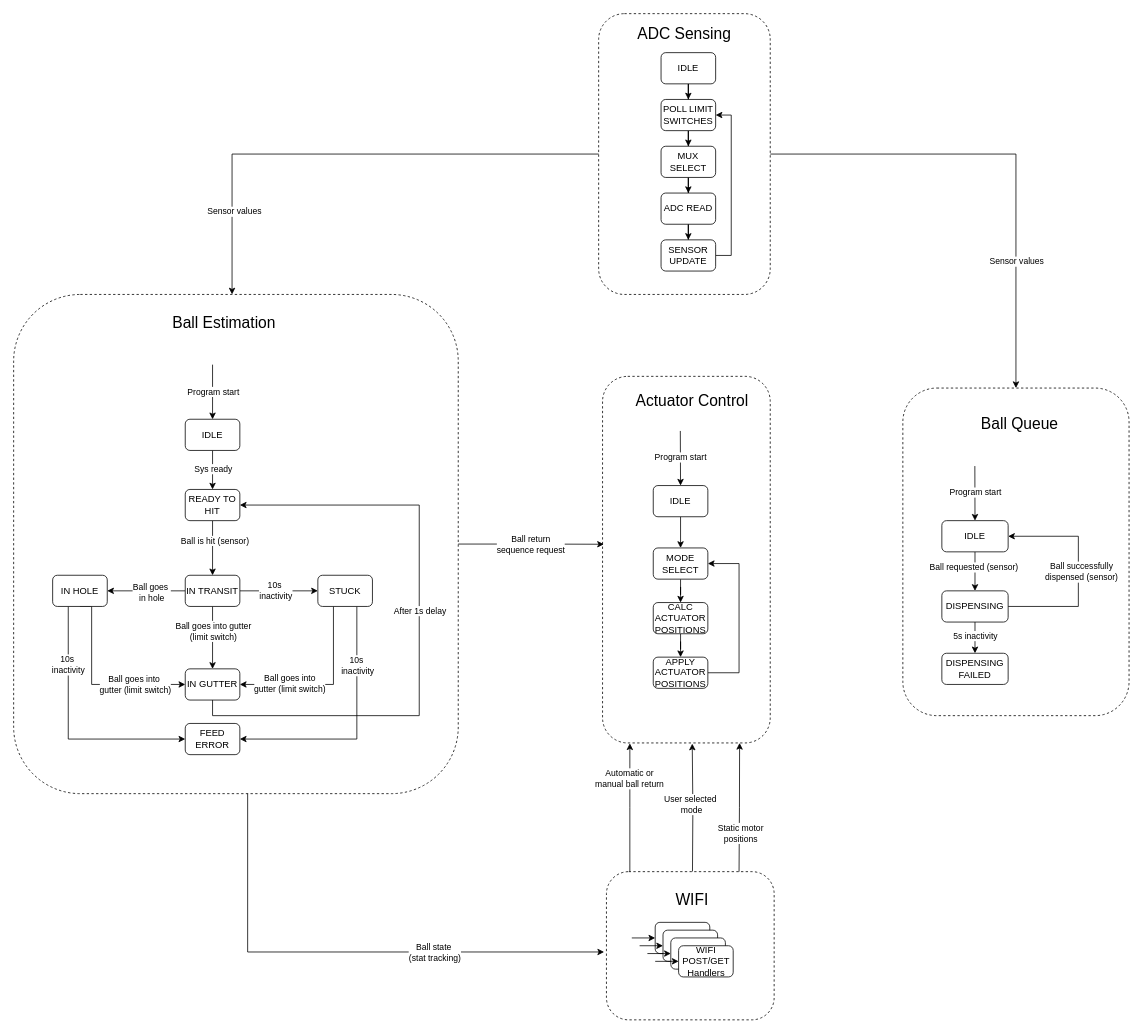
Earlier version of the draw.io diagram firmware/diagrams/statemachine.drawio (ethanabraham639/Capstone-2025). Source tidied: cells renumbered, new cells numbered last; positions are measured from the earlier drawing's top-left corner, leaving out a move shared by most shapes. Both pictures are drawn from the tidied source at 78%, with x=0, y=0 at pixel (13, 13).
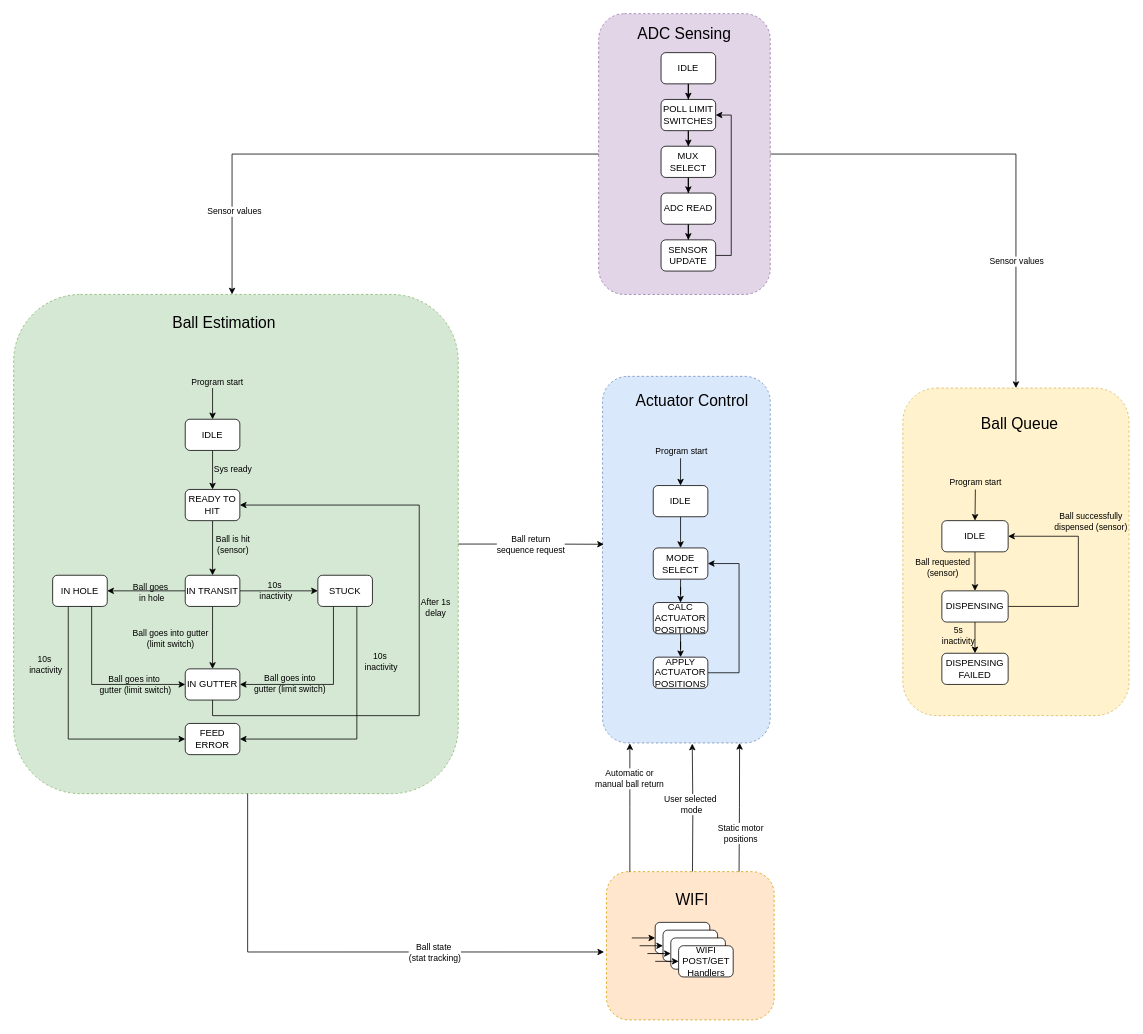
The same page after the edit.

Unchanged cells that the change refers to:
```xml
<mxCell id="4" style="group;" parent="1" vertex="1">
  <mxGeometry x="760" y="1100" width="215" height="190" as="geometry" />
</mxCell>
<mxCell id="15" style="group;" parent="1" vertex="1">
  <mxGeometry x="755" y="465" width="215" height="470" as="geometry" />
</mxCell>
<mxCell id="18" value="IDLE" style="rounded=1;whiteSpace=wrap;html=1;" parent="15" vertex="1">
  <mxGeometry x="65" y="140" width="70" height="40" as="geometry" />
</mxCell>
<mxCell id="28" style="group;" parent="1" vertex="1">
  <mxGeometry x="1140" y="480" width="290" height="420" as="geometry" />
</mxCell>
<mxCell id="30" style="edgeStyle=orthogonalEdgeStyle;rounded=0;jettySize=auto;html=1;entryX=0.5;entryY=0;entryDx=0;entryDy=0;" parent="28" edge="1" source="32" target="37">
  <mxGeometry relative="1" as="geometry" />
</mxCell>
<mxCell id="32" value="IDLE" style="rounded=1;whiteSpace=wrap;html=1;" parent="28" vertex="1">
  <mxGeometry x="50" y="170" width="85" height="40" as="geometry" />
</mxCell>
<mxCell id="33" style="edgeStyle=orthogonalEdgeStyle;rounded=0;jettySize=auto;html=1;entryX=1;entryY=0.5;entryDx=0;entryDy=0;" parent="28" edge="1" source="37" target="32">
  <mxGeometry relative="1" as="geometry">
    <Array as="points">
      <mxPoint x="225" y="280" />
      <mxPoint x="225" y="190" />
    </Array>
  </mxGeometry>
</mxCell>
<mxCell id="35" style="edgeStyle=orthogonalEdgeStyle;rounded=0;jettySize=auto;html=1;entryX=0.5;entryY=0;entryDx=0;entryDy=0;" parent="28" edge="1" source="37" target="38">
  <mxGeometry relative="1" as="geometry" />
</mxCell>
<mxCell id="42" style="group;" parent="1" vertex="1">
  <mxGeometry y="360" width="570" height="640" as="geometry" />
</mxCell>
<mxCell id="44" style="edgeStyle=orthogonalEdgeStyle;rounded=0;jettySize=auto;html=1;entryX=0.5;entryY=0;entryDx=0;entryDy=0;" parent="42" edge="1" source="46" target="49">
  <mxGeometry relative="1" as="geometry" />
</mxCell>
<mxCell id="46" value="IDLE" style="rounded=1;whiteSpace=wrap;html=1;" parent="42" vertex="1">
  <mxGeometry x="220" y="160" width="70" height="40" as="geometry" />
</mxCell>
<mxCell id="47" style="edgeStyle=orthogonalEdgeStyle;rounded=0;jettySize=auto;html=1;entryX=0.5;entryY=0;entryDx=0;entryDy=0;" parent="42" edge="1" source="49" target="56">
  <mxGeometry relative="1" as="geometry" />
</mxCell>
<mxCell id="50" style="edgeStyle=orthogonalEdgeStyle;rounded=0;jettySize=auto;html=1;entryX=1;entryY=0.5;entryDx=0;entryDy=0;" parent="42" edge="1" source="56" target="65">
  <mxGeometry relative="1" as="geometry" />
</mxCell>
<mxCell id="52" style="edgeStyle=orthogonalEdgeStyle;rounded=0;jettySize=auto;html=1;entryX=0;entryY=0.5;entryDx=0;entryDy=0;exitX=1;exitY=0.5;exitDx=0;exitDy=0;" parent="42" edge="1" source="56" target="71">
  <mxGeometry relative="1" as="geometry">
    <Array as="points">
      <mxPoint x="320" y="380" />
      <mxPoint x="320" y="380" />
    </Array>
  </mxGeometry>
</mxCell>
<mxCell id="54" style="edgeStyle=orthogonalEdgeStyle;rounded=0;jettySize=auto;html=1;entryX=0.5;entryY=0;entryDx=0;entryDy=0;" parent="42" edge="1" source="56" target="59">
  <mxGeometry relative="1" as="geometry" />
</mxCell>
<mxCell id="57" style="edgeStyle=orthogonalEdgeStyle;rounded=0;jettySize=auto;html=1;entryX=1;entryY=0.5;entryDx=0;entryDy=0;" parent="42" edge="1" source="59" target="49">
  <mxGeometry relative="1" as="geometry">
    <Array as="points">
      <mxPoint x="255" y="540" />
      <mxPoint x="520" y="540" />
      <mxPoint x="520" y="270" />
    </Array>
  </mxGeometry>
</mxCell>
<mxCell id="61" style="edgeStyle=orthogonalEdgeStyle;rounded=0;jettySize=auto;html=1;entryX=0;entryY=0.5;entryDx=0;entryDy=0;exitX=0.5;exitY=1;exitDx=0;exitDy=0;" parent="42" edge="1" source="65" target="59">
  <mxGeometry relative="1" as="geometry">
    <Array as="points">
      <mxPoint x="100" y="400" />
      <mxPoint x="100" y="500" />
    </Array>
  </mxGeometry>
</mxCell>
<mxCell id="63" style="edgeStyle=orthogonalEdgeStyle;rounded=0;jettySize=auto;html=1;entryX=0;entryY=0.5;entryDx=0;entryDy=0;" parent="42" edge="1" source="65" target="60">
  <mxGeometry relative="1" as="geometry">
    <Array as="points">
      <mxPoint x="70" y="570" />
    </Array>
  </mxGeometry>
</mxCell>
<mxCell id="66" style="edgeStyle=orthogonalEdgeStyle;rounded=0;jettySize=auto;html=1;entryX=1;entryY=0.5;entryDx=0;entryDy=0;" parent="42" edge="1" source="71" target="59">
  <mxGeometry relative="1" as="geometry">
    <Array as="points">
      <mxPoint x="410" y="500" />
    </Array>
  </mxGeometry>
</mxCell>
<mxCell id="68" style="edgeStyle=orthogonalEdgeStyle;rounded=0;jettySize=auto;html=1;entryX=1;entryY=0.5;entryDx=0;entryDy=0;" parent="42" edge="1" source="71" target="60">
  <mxGeometry relative="1" as="geometry">
    <Array as="points">
      <mxPoint x="440" y="570" />
    </Array>
  </mxGeometry>
</mxCell>
<mxCell id="83" style="group;" parent="1" vertex="1">
  <mxGeometry x="750" width="220" height="360" as="geometry" />
</mxCell>
```

The edit, as a diff of the source:
```diff
@@
-    <mxCell id="5" style="rounded=1;whiteSpace=wrap;html=1;dashed=1;arcSize=15;" parent="4" vertex="1">
+    <mxCell id="5" style="rounded=1;whiteSpace=wrap;html=1;dashed=1;arcSize=15;fillColor=#ffe6cc;strokeColor=#d79b00;" parent="4" vertex="1">
       <mxGeometry width="215" height="190" as="geometry" />
     </mxCell>
@@
-    <mxCell id="16" style="rounded=1;whiteSpace=wrap;html=1;dashed=1;arcSize=15;" parent="15" vertex="1">
+    <mxCell id="16" style="rounded=1;whiteSpace=wrap;html=1;dashed=1;arcSize=15;fillColor=#dae8fc;strokeColor=#6c8ebf;" parent="15" vertex="1">
       <mxGeometry width="215" height="470" as="geometry" />
     </mxCell>
@@
     <mxCell id="25" style="endArrow=classic;html=1;rounded=0;entryX=0.5;entryY=0;entryDx=0;entryDy=0;" parent="15" edge="1" target="18">
       <mxGeometry relative="1" as="geometry">
-        <mxPoint x="99.7" y="70" as="sourcePoint" />
+        <mxPoint x="100" y="105" as="sourcePoint" />
       </mxGeometry>
     </mxCell>
-    <mxCell id="26" value="&lt;font style=&quot;font-size: 11px;&quot;&gt;Program start&lt;/font&gt;" style="edgeLabel;html=1;align=center;verticalAlign=middle;" parent="25" vertex="1">
-      <mxGeometry x="-0.02" relative="1" as="geometry" />
+    <mxCell id="26" value="&lt;font style=&quot;font-size: 11px;&quot;&gt;Program start&lt;/font&gt;" style="edgeLabel;html=1;align=center;verticalAlign=middle;labelBackgroundColor=none;" parent="25" vertex="1">
+      <mxGeometry x="-0.02" relative="1" as="geometry">
+        <mxPoint y="-27" as="offset" />
+      </mxGeometry>
     </mxCell>
@@
-    <mxCell id="29" style="rounded=1;whiteSpace=wrap;html=1;dashed=1;arcSize=15;" parent="28" vertex="1">
+    <mxCell id="29" style="rounded=1;whiteSpace=wrap;html=1;dashed=1;arcSize=15;fillColor=#fff2cc;strokeColor=#d6b656;" parent="28" vertex="1">
       <mxGeometry width="290" height="420" as="geometry" />
     </mxCell>
@@
-    <mxCell id="31" value="Ball requested (sensor)" style="edgeLabel;html=1;align=center;verticalAlign=middle;" parent="30" vertex="1">
-      <mxGeometry x="-0.23" y="-2" relative="1" as="geometry" />
+    <mxCell id="31" value="Ball requested&lt;div&gt;&lt;span style=&quot;background-color: initial;&quot;&gt;(sensor)&lt;/span&gt;&lt;/div&gt;" style="edgeLabel;html=1;align=center;verticalAlign=middle;labelBackgroundColor=none;" parent="30" vertex="1">
+      <mxGeometry x="-0.23" y="-2" relative="1" as="geometry">
+        <mxPoint x="-40" as="offset" />
+      </mxGeometry>
     </mxCell>
@@
-    <mxCell id="34" value="Ball successfully&lt;div&gt;dispensed (sensor)&lt;/div&gt;" style="edgeLabel;html=1;align=center;verticalAlign=middle;" parent="33" vertex="1">
-      <mxGeometry y="-3" relative="1" as="geometry" />
+    <mxCell id="34" value="Ball successfully&lt;div&gt;dispensed (sensor)&lt;/div&gt;" style="edgeLabel;html=1;align=center;verticalAlign=middle;labelBackgroundColor=none;" parent="33" vertex="1">
+      <mxGeometry y="-3" relative="1" as="geometry">
+        <mxPoint x="12" y="-65" as="offset" />
+      </mxGeometry>
     </mxCell>
@@
-    <mxCell id="36" value="5s inactivity" style="edgeLabel;html=1;align=center;verticalAlign=middle;" parent="35" vertex="1">
-      <mxGeometry x="-0.17" relative="1" as="geometry" />
+    <mxCell id="36" value="5s&lt;div&gt;inactivity&lt;/div&gt;" style="edgeLabel;html=1;align=center;verticalAlign=middle;labelBackgroundColor=none;" parent="35" vertex="1">
+      <mxGeometry x="-0.17" relative="1" as="geometry">
+        <mxPoint x="-22" as="offset" />
+      </mxGeometry>
     </mxCell>
@@
     <mxCell id="39" style="endArrow=classic;html=1;rounded=0;entryX=0.5;entryY=0;entryDx=0;entryDy=0;" parent="28" edge="1" target="32">
       <mxGeometry relative="1" as="geometry">
-        <mxPoint x="92.3" y="100" as="sourcePoint" />
+        <mxPoint x="93" y="130" as="sourcePoint" />
       </mxGeometry>
     </mxCell>
-    <mxCell id="40" value="&lt;font style=&quot;font-size: 11px;&quot;&gt;Program start&lt;/font&gt;" style="edgeLabel;html=1;align=center;verticalAlign=middle;" parent="39" vertex="1">
-      <mxGeometry x="-0.02" relative="1" as="geometry" />
+    <mxCell id="40" value="&lt;font style=&quot;font-size: 11px;&quot;&gt;Program start&lt;/font&gt;" style="edgeLabel;html=1;align=center;verticalAlign=middle;labelBackgroundColor=none;" parent="39" vertex="1">
+      <mxGeometry x="-0.02" relative="1" as="geometry">
+        <mxPoint y="-29" as="offset" />
+      </mxGeometry>
     </mxCell>
@@
-    <mxCell id="43" style="rounded=1;whiteSpace=wrap;html=1;dashed=1;arcSize=15;" parent="42" vertex="1">
+    <mxCell id="43" style="rounded=1;whiteSpace=wrap;html=1;dashed=1;arcSize=15;fillColor=#d5e8d4;strokeColor=#82b366;" parent="42" vertex="1">
       <mxGeometry width="570" height="640" as="geometry" />
     </mxCell>
@@
-    <mxCell id="45" value="Sys ready" style="edgeLabel;html=1;align=center;verticalAlign=middle;" parent="44" vertex="1">
-      <mxGeometry x="-0.08" relative="1" as="geometry" />
+    <mxCell id="45" value="Sys ready" style="edgeLabel;html=1;align=center;verticalAlign=middle;labelBackgroundColor=none;" parent="44" vertex="1">
+      <mxGeometry x="-0.08" relative="1" as="geometry">
+        <mxPoint x="25" as="offset" />
+      </mxGeometry>
     </mxCell>
@@
-    <mxCell id="48" value="Ball is hit (sensor)" style="edgeLabel;html=1;align=center;verticalAlign=middle;" parent="47" vertex="1">
-      <mxGeometry x="-0.28" y="2" relative="1" as="geometry" />
+    <mxCell id="48" value="Ball is hit&lt;div&gt;(sensor)&lt;/div&gt;" style="edgeLabel;html=1;align=center;verticalAlign=middle;labelBackgroundColor=none;" parent="47" vertex="1">
+      <mxGeometry x="-0.28" y="2" relative="1" as="geometry">
+        <mxPoint x="23" y="5" as="offset" />
+      </mxGeometry>
     </mxCell>
@@
-    <mxCell id="51" value="Ball goes&amp;nbsp;&lt;div&gt;in hole&lt;/div&gt;" style="edgeLabel;html=1;align=center;verticalAlign=middle;" parent="50" vertex="1">
+    <mxCell id="51" value="Ball goes&amp;nbsp;&lt;div&gt;in hole&lt;/div&gt;" style="edgeLabel;html=1;align=center;verticalAlign=middle;labelBackgroundColor=none;" parent="50" vertex="1">
       <mxGeometry x="-0.12" y="1" relative="1" as="geometry" />
     </mxCell>
@@
-    <mxCell id="53" value="10s&amp;nbsp;&lt;div&gt;inactivity&lt;/div&gt;" style="edgeLabel;html=1;align=center;verticalAlign=middle;" parent="52" vertex="1">
+    <mxCell id="53" value="10s&amp;nbsp;&lt;div&gt;inactivity&lt;/div&gt;" style="edgeLabel;html=1;align=center;verticalAlign=middle;labelBackgroundColor=none;" parent="52" vertex="1">
       <mxGeometry x="-0.11" y="1" relative="1" as="geometry" />
     </mxCell>
@@
-    <mxCell id="55" value="Ball goes into gutter&lt;div&gt;(limit switch)&lt;/div&gt;" style="edgeLabel;html=1;align=center;verticalAlign=middle;" parent="54" vertex="1">
-      <mxGeometry x="-0.22" relative="1" as="geometry" />
+    <mxCell id="55" value="Ball goes into gutter&lt;div&gt;(limit switch)&lt;/div&gt;" style="edgeLabel;html=1;align=center;verticalAlign=middle;labelBackgroundColor=none;" parent="54" vertex="1">
+      <mxGeometry x="-0.22" relative="1" as="geometry">
+        <mxPoint x="-55" y="9" as="offset" />
+      </mxGeometry>
     </mxCell>
@@
-    <mxCell id="58" value="After 1s delay" style="edgeLabel;html=1;align=center;verticalAlign=middle;" parent="57" vertex="1">
-      <mxGeometry x="0.07" relative="1" as="geometry" />
+    <mxCell id="58" value="After 1s&lt;div&gt;&lt;span style=&quot;background-color: initial;&quot;&gt;delay&lt;/span&gt;&lt;/div&gt;" style="edgeLabel;html=1;align=center;verticalAlign=middle;labelBackgroundColor=none;" parent="57" vertex="1">
+      <mxGeometry x="0.07" relative="1" as="geometry">
+        <mxPoint x="20" y="-4" as="offset" />
+      </mxGeometry>
     </mxCell>
@@
-    <mxCell id="62" value="Ball goes into&amp;nbsp;&lt;div&gt;gutter (limit switch)&lt;/div&gt;" style="edgeLabel;html=1;align=center;verticalAlign=middle;" parent="61" vertex="1">
+    <mxCell id="62" value="Ball goes into&amp;nbsp;&lt;div&gt;gutter (limit switch)&lt;/div&gt;" style="edgeLabel;html=1;align=center;verticalAlign=middle;labelBackgroundColor=none;" parent="61" vertex="1">
       <mxGeometry x="0.45" relative="1" as="geometry" />
     </mxCell>
@@
-    <mxCell id="64" value="10s&amp;nbsp;&lt;div&gt;inactivity&lt;/div&gt;" style="edgeLabel;html=1;align=center;verticalAlign=middle;" parent="63" vertex="1">
-      <mxGeometry x="-0.54" y="-1" relative="1" as="geometry" />
+    <mxCell id="64" value="10s&amp;nbsp;&lt;div&gt;inactivity&lt;/div&gt;" style="edgeLabel;html=1;align=center;verticalAlign=middle;labelBackgroundColor=none;" parent="63" vertex="1">
+      <mxGeometry x="-0.54" y="-1" relative="1" as="geometry">
+        <mxPoint x="-29" as="offset" />
+      </mxGeometry>
     </mxCell>
@@
-    <mxCell id="67" value="Ball goes into&lt;div&gt;gutter (limit switch)&lt;/div&gt;" style="edgeLabel;html=1;align=center;verticalAlign=middle;" parent="66" vertex="1">
+    <mxCell id="67" value="Ball goes into&lt;div&gt;gutter (limit switch)&lt;/div&gt;" style="edgeLabel;html=1;align=center;verticalAlign=middle;labelBackgroundColor=none;" parent="66" vertex="1">
       <mxGeometry x="0.43" y="-2" relative="1" as="geometry" />
     </mxCell>
@@
-    <mxCell id="70" value="10s&amp;nbsp;&lt;div&gt;inactivity&lt;/div&gt;" style="edgeLabel;html=1;align=center;verticalAlign=middle;" parent="68" vertex="1">
-      <mxGeometry x="-0.53" relative="1" as="geometry" />
+    <mxCell id="70" value="10s&amp;nbsp;&lt;div&gt;inactivity&lt;/div&gt;" style="edgeLabel;html=1;align=center;verticalAlign=middle;labelBackgroundColor=none;" parent="68" vertex="1">
+      <mxGeometry x="-0.53" relative="1" as="geometry">
+        <mxPoint x="30" y="-5" as="offset" />
+      </mxGeometry>
     </mxCell>
@@
     <mxCell id="72" style="endArrow=classic;html=1;rounded=0;entryX=0.5;entryY=0;entryDx=0;entryDy=0;" parent="42" edge="1" target="46">
       <mxGeometry relative="1" as="geometry">
-        <mxPoint x="255" y="90" as="sourcePoint" />
+        <mxPoint x="255" y="120" as="sourcePoint" />
       </mxGeometry>
     </mxCell>
-    <mxCell id="73" value="&lt;font style=&quot;font-size: 11px;&quot;&gt;Program start&lt;/font&gt;" style="edgeLabel;html=1;align=center;verticalAlign=middle;fillOpacity=100;" parent="72" vertex="1">
-      <mxGeometry x="-0.02" relative="1" as="geometry" />
+    <mxCell id="73" value="&lt;font style=&quot;font-size: 11px;&quot;&gt;Program start&lt;/font&gt;" style="edgeLabel;html=1;align=center;verticalAlign=middle;fillOpacity=100;labelBackgroundColor=none;" parent="72" vertex="1">
+      <mxGeometry x="-0.02" relative="1" as="geometry">
+        <mxPoint x="5" y="-29" as="offset" />
+      </mxGeometry>
     </mxCell>
@@
-    <mxCell id="84" style="rounded=1;whiteSpace=wrap;html=1;dashed=1;arcSize=15;" parent="83" vertex="1">
+    <mxCell id="84" style="rounded=1;whiteSpace=wrap;html=1;dashed=1;arcSize=15;fillColor=#e1d5e7;strokeColor=#9673a6;" parent="83" vertex="1">
       <mxGeometry width="220" height="360" as="geometry" />
     </mxCell>
```
